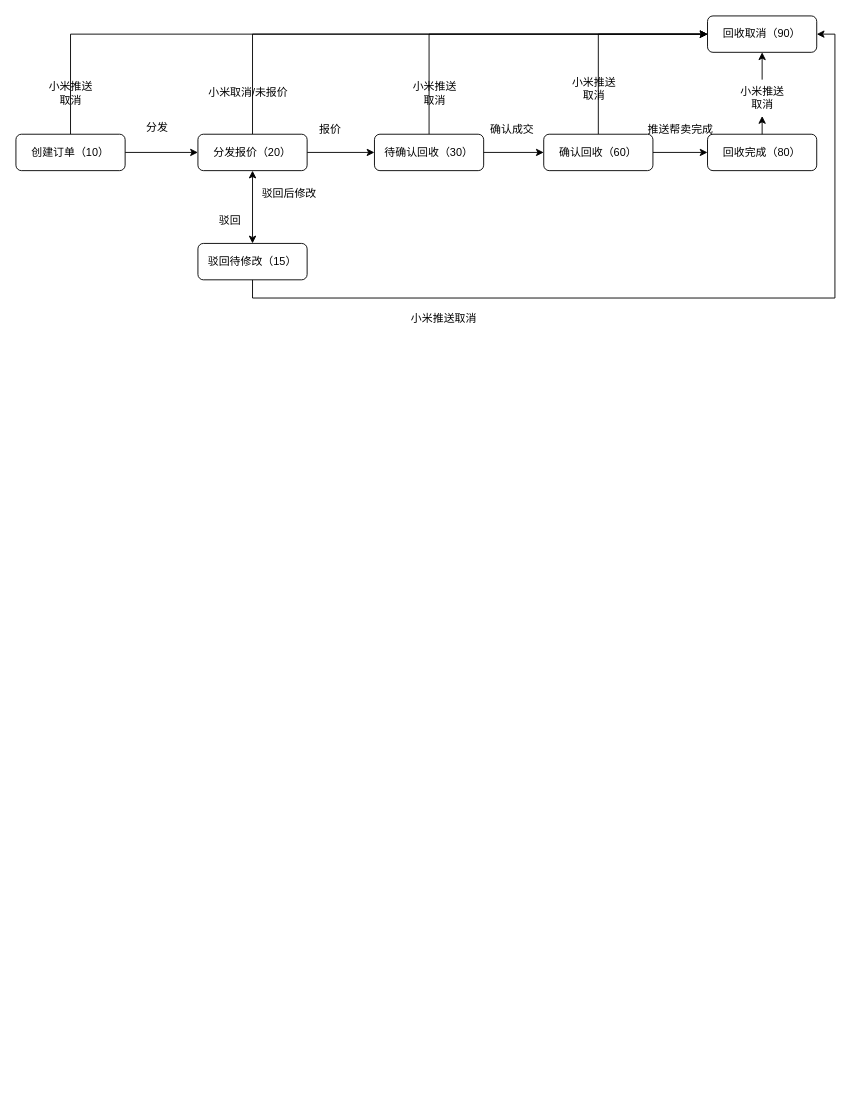
Earlier version of the draw.io diagram 保值换新状态流转.drawio (b1208312635/build-your-own-x). Source tidied: cells renumbered, new cells numbered last; positions are measured from the earlier drawing's top-left corner, leaving out a move shared by most shapes. Both pictures are drawn from the tidied source at 91%, with x=0, y=0 at pixel (15, 15).
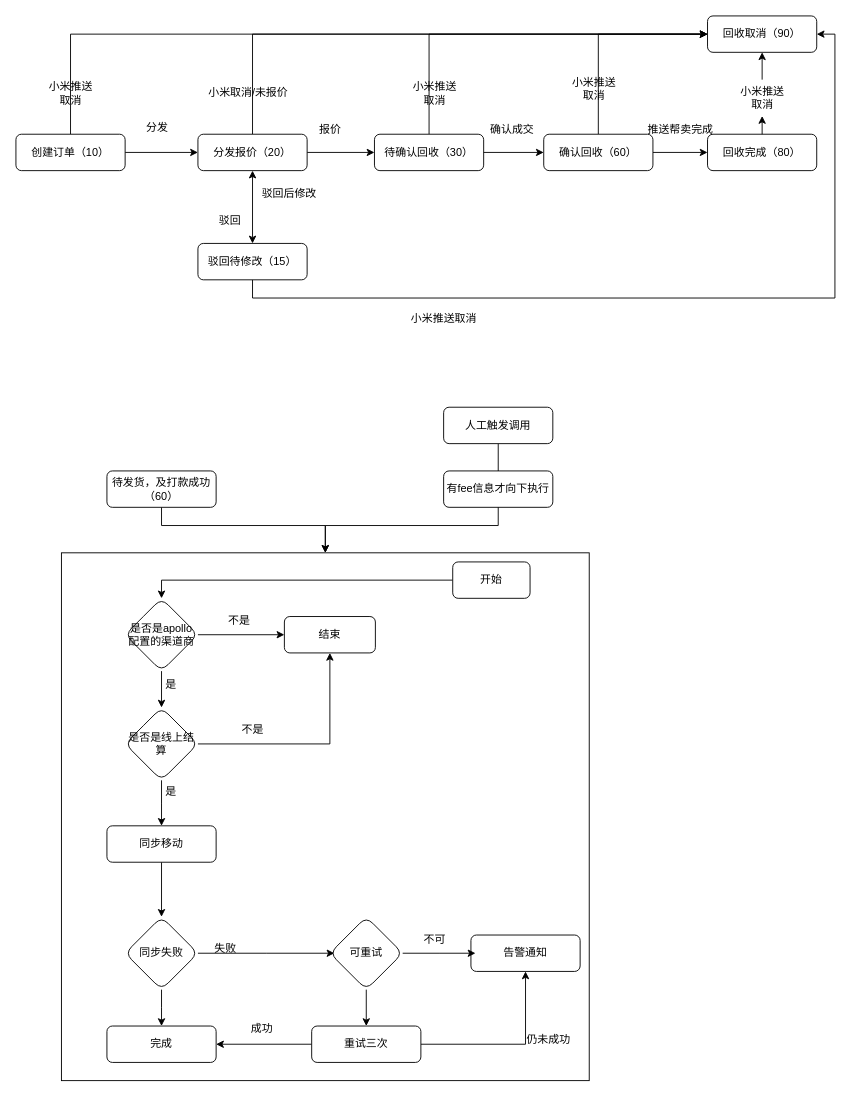
Above is the later version.

Commit message:
更新保值换新状态流转.drawio

The edit, as a diff of the source:
```diff
@@
+    <mxCell id="33" style="whiteSpace=wrap;html=1;" parent="1" vertex="1">
+      <mxGeometry x="50" y="590" width="580" height="580" as="geometry" />
+    </mxCell>
@@
+    <mxCell id="34" style="edgeStyle=orthogonalEdgeStyle;rounded=0;jettySize=auto;html=1;" parent="1" edge="1" source="35" target="33">
+      <mxGeometry relative="1" as="geometry">
+        <Array as="points">
+          <mxPoint x="160" y="560" />
+          <mxPoint x="340" y="560" />
+        </Array>
+      </mxGeometry>
+    </mxCell>
+    <mxCell id="35" value="待发货，及打款成功（60）" style="rounded=1;whiteSpace=wrap;html=1;fontSize=12;glass=0;strokeWidth=1;shadow=0;" parent="1" vertex="1">
+      <mxGeometry x="100" y="500" width="120" height="40" as="geometry" />
+    </mxCell>
+    <mxCell id="36" style="edgeStyle=orthogonalEdgeStyle;rounded=0;jettySize=auto;html=1;exitX=1;exitY=0.5;exitDx=0;exitDy=0;entryX=0;entryY=0.5;entryDx=0;entryDy=0;" parent="1" edge="1" source="38" target="39">
+      <mxGeometry relative="1" as="geometry" />
+    </mxCell>
+    <mxCell id="37" style="edgeStyle=orthogonalEdgeStyle;rounded=0;jettySize=auto;html=1;" parent="1" edge="1" source="38" target="44">
+      <mxGeometry relative="1" as="geometry" />
+    </mxCell>
+    <mxCell id="38" value="是否是apollo配置的渠道商" style="rhombus;whiteSpace=wrap;html=1;rounded=1;glass=0;strokeWidth=1;shadow=0;" parent="1" vertex="1">
+      <mxGeometry x="120" y="640" width="80" height="80" as="geometry" />
+    </mxCell>
+    <mxCell id="39" value="结束" style="rounded=1;whiteSpace=wrap;html=1;fontSize=12;glass=0;strokeWidth=1;shadow=0;" parent="1" vertex="1">
+      <mxGeometry x="295" y="660" width="100" height="40" as="geometry" />
+    </mxCell>
+    <mxCell id="40" value="不是" style="text;html=1;align=center;verticalAlign=middle;strokeColor=none;fillColor=none;" parent="1" vertex="1">
+      <mxGeometry x="220" y="650" width="50" height="30" as="geometry" />
+    </mxCell>
+    <mxCell id="41" value="是" style="text;html=1;align=center;verticalAlign=middle;strokeColor=none;fillColor=none;" parent="1" vertex="1">
+      <mxGeometry x="150" y="720" width="40" height="30" as="geometry" />
+    </mxCell>
+    <mxCell id="42" style="edgeStyle=orthogonalEdgeStyle;rounded=0;jettySize=auto;html=1;exitX=1;exitY=0.5;exitDx=0;exitDy=0;entryX=0.5;entryY=1;entryDx=0;entryDy=0;" parent="1" edge="1" source="44" target="39">
+      <mxGeometry relative="1" as="geometry" />
+    </mxCell>
+    <mxCell id="43" style="edgeStyle=orthogonalEdgeStyle;rounded=0;jettySize=auto;html=1;exitX=0.5;exitY=1;exitDx=0;exitDy=0;" parent="1" edge="1" source="44">
+      <mxGeometry relative="1" as="geometry">
+        <mxPoint x="160" y="890" as="targetPoint" />
+      </mxGeometry>
+    </mxCell>
+    <mxCell id="44" value="是否是线上结算" style="rhombus;whiteSpace=wrap;html=1;rounded=1;glass=0;strokeWidth=1;shadow=0;" parent="1" vertex="1">
+      <mxGeometry x="120" y="760" width="80" height="80" as="geometry" />
+    </mxCell>
+    <mxCell id="45" value="不是" style="text;html=1;align=center;verticalAlign=middle;strokeColor=none;fillColor=none;" parent="1" vertex="1">
+      <mxGeometry x="235" y="770" width="50" height="30" as="geometry" />
+    </mxCell>
+    <mxCell id="46" value="是" style="text;html=1;align=center;verticalAlign=middle;strokeColor=none;fillColor=none;" parent="1" vertex="1">
+      <mxGeometry x="150" y="838" width="40" height="30" as="geometry" />
+    </mxCell>
+    <mxCell id="47" style="edgeStyle=orthogonalEdgeStyle;rounded=0;jettySize=auto;html=1;" parent="1" edge="1" source="48" target="51">
+      <mxGeometry relative="1" as="geometry" />
+    </mxCell>
+    <mxCell id="48" value="同步移动" style="rounded=1;whiteSpace=wrap;html=1;fontSize=12;glass=0;strokeWidth=1;shadow=0;" parent="1" vertex="1">
+      <mxGeometry x="100" y="890" width="120" height="40" as="geometry" />
+    </mxCell>
+    <mxCell id="49" style="edgeStyle=orthogonalEdgeStyle;rounded=0;jettySize=auto;html=1;exitX=1;exitY=0.5;exitDx=0;exitDy=0;entryX=0;entryY=0.5;entryDx=0;entryDy=0;" parent="1" edge="1" source="51">
+      <mxGeometry relative="1" as="geometry">
+        <mxPoint x="350" y="1030" as="targetPoint" />
+      </mxGeometry>
+    </mxCell>
+    <mxCell id="50" style="edgeStyle=orthogonalEdgeStyle;rounded=0;jettySize=auto;html=1;exitX=0.5;exitY=1;exitDx=0;exitDy=0;" parent="1" edge="1" source="51">
+      <mxGeometry relative="1" as="geometry">
+        <mxPoint x="160" y="1110" as="targetPoint" />
+      </mxGeometry>
+    </mxCell>
+    <mxCell id="51" value="同步失败" style="rhombus;whiteSpace=wrap;html=1;rounded=1;glass=0;strokeWidth=1;shadow=0;" parent="1" vertex="1">
+      <mxGeometry x="120" y="990" width="80" height="80" as="geometry" />
+    </mxCell>
+    <mxCell id="52" value="失败" style="text;html=1;align=center;verticalAlign=middle;strokeColor=none;fillColor=none;" parent="1" vertex="1">
+      <mxGeometry x="205" y="1010" width="50" height="30" as="geometry" />
+    </mxCell>
+    <mxCell id="53" value="完成" style="rounded=1;whiteSpace=wrap;html=1;fontSize=12;glass=0;strokeWidth=1;shadow=0;" parent="1" vertex="1">
+      <mxGeometry x="100" y="1110" width="120" height="40" as="geometry" />
+    </mxCell>
+    <mxCell id="54" value="告警通知" style="rounded=1;whiteSpace=wrap;html=1;fontSize=12;glass=0;strokeWidth=1;shadow=0;" parent="1" vertex="1">
+      <mxGeometry x="500" y="1010" width="120" height="40" as="geometry" />
+    </mxCell>
+    <mxCell id="55" style="edgeStyle=orthogonalEdgeStyle;rounded=0;jettySize=auto;html=1;" parent="1" edge="1" source="58">
+      <mxGeometry relative="1" as="geometry">
+        <mxPoint x="505" y="1030" as="targetPoint" />
+      </mxGeometry>
+    </mxCell>
+    <mxCell id="56" style="edgeStyle=orthogonalEdgeStyle;rounded=0;jettySize=auto;html=1;exitX=0.5;exitY=1;exitDx=0;exitDy=0;" parent="1" edge="1" source="58">
+      <mxGeometry relative="1" as="geometry">
+        <mxPoint x="385" y="1070" as="targetPoint" />
+      </mxGeometry>
+    </mxCell>
+    <mxCell id="57" style="edgeStyle=orthogonalEdgeStyle;rounded=0;jettySize=auto;html=1;exitX=0.5;exitY=1;exitDx=0;exitDy=0;entryX=0.5;entryY=0;entryDx=0;entryDy=0;" parent="1" edge="1" source="58" target="62">
+      <mxGeometry relative="1" as="geometry" />
+    </mxCell>
+    <mxCell id="58" value="可重试" style="rhombus;whiteSpace=wrap;html=1;rounded=1;glass=0;strokeWidth=1;shadow=0;" parent="1" vertex="1">
+      <mxGeometry x="345" y="990" width="80" height="80" as="geometry" />
+    </mxCell>
+    <mxCell id="59" value="不可" style="text;html=1;align=center;verticalAlign=middle;strokeColor=none;fillColor=none;" parent="1" vertex="1">
+      <mxGeometry x="435" y="1000" width="50" height="30" as="geometry" />
+    </mxCell>
+    <mxCell id="60" style="edgeStyle=orthogonalEdgeStyle;rounded=0;jettySize=auto;html=1;entryX=0.5;entryY=1;entryDx=0;entryDy=0;" parent="1" edge="1" source="62" target="54">
+      <mxGeometry relative="1" as="geometry" />
+    </mxCell>
+    <mxCell id="61" style="edgeStyle=orthogonalEdgeStyle;rounded=0;jettySize=auto;html=1;entryX=1;entryY=0.5;entryDx=0;entryDy=0;" parent="1" edge="1" source="62" target="53">
+      <mxGeometry relative="1" as="geometry" />
+    </mxCell>
+    <mxCell id="62" value="重试三次" style="rounded=1;whiteSpace=wrap;html=1;fontSize=12;glass=0;strokeWidth=1;shadow=0;" parent="1" vertex="1">
+      <mxGeometry x="325" y="1110" width="120" height="40" as="geometry" />
+    </mxCell>
+    <mxCell id="63" value="仍未成功" style="text;html=1;align=center;verticalAlign=middle;strokeColor=none;fillColor=none;" parent="1" vertex="1">
+      <mxGeometry x="550" y="1110" width="70" height="30" as="geometry" />
+    </mxCell>
+    <mxCell id="64" value="成功" style="text;html=1;align=center;verticalAlign=middle;strokeColor=none;fillColor=none;" parent="1" vertex="1">
+      <mxGeometry x="245" y="1098" width="50" height="30" as="geometry" />
+    </mxCell>
+    <mxCell id="65" style="edgeStyle=orthogonalEdgeStyle;rounded=0;jettySize=auto;html=1;exitX=0.5;exitY=1;exitDx=0;exitDy=0;" parent="1" edge="1" source="66">
+      <mxGeometry relative="1" as="geometry">
+        <mxPoint x="340" y="590" as="targetPoint" />
+        <Array as="points">
+          <mxPoint x="530" y="560" />
+          <mxPoint x="340" y="560" />
+        </Array>
+      </mxGeometry>
+    </mxCell>
+    <mxCell id="66" value="人工触发调用" style="rounded=1;whiteSpace=wrap;html=1;fontSize=12;glass=0;strokeWidth=1;shadow=0;" parent="1" vertex="1">
+      <mxGeometry x="470" y="430" width="120" height="40" as="geometry" />
+    </mxCell>
+    <mxCell id="67" style="edgeStyle=orthogonalEdgeStyle;rounded=0;jettySize=auto;html=1;entryX=0.5;entryY=0;entryDx=0;entryDy=0;" parent="1" edge="1" source="68" target="38">
+      <mxGeometry relative="1" as="geometry" />
+    </mxCell>
+    <mxCell id="68" value="开始" style="rounded=1;whiteSpace=wrap;html=1;fontSize=12;glass=0;strokeWidth=1;shadow=0;" parent="1" vertex="1">
+      <mxGeometry x="480" y="600" width="85" height="40" as="geometry" />
+    </mxCell>
+    <mxCell id="69" value="有fee信息才向下执行" style="rounded=1;whiteSpace=wrap;html=1;fontSize=12;glass=0;strokeWidth=1;shadow=0;" parent="1" vertex="1">
+      <mxGeometry x="470" y="500" width="120" height="40" as="geometry" />
+    </mxCell>
```
